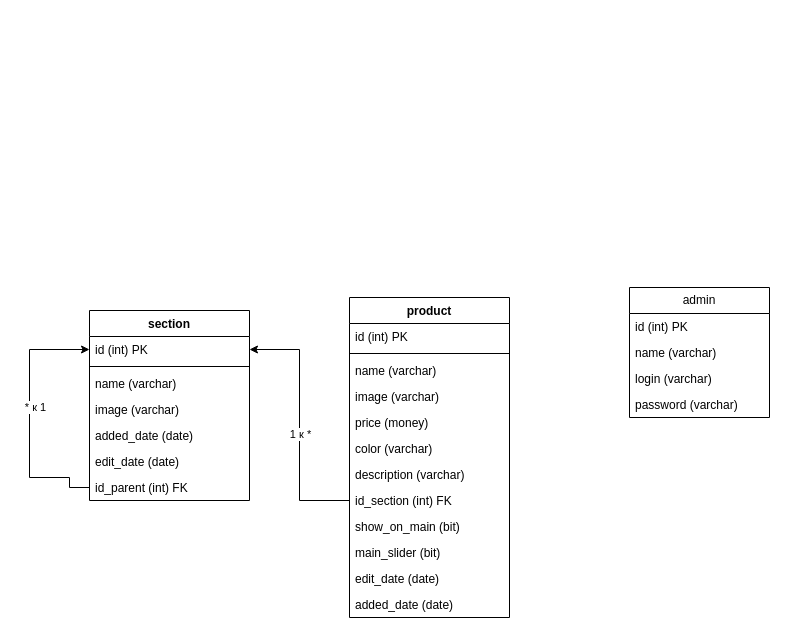
Before: BDShop.drawio in Tonkoo/shop-2025, a draw.io diagram. Source tidied: cells renumbered, new cells numbered last; positions are measured from the earlier drawing's top-left corner, leaving out a move shared by most shapes. Both pictures are drawn from the tidied source at 100%, with x=0, y=0 at pixel (29, 287).
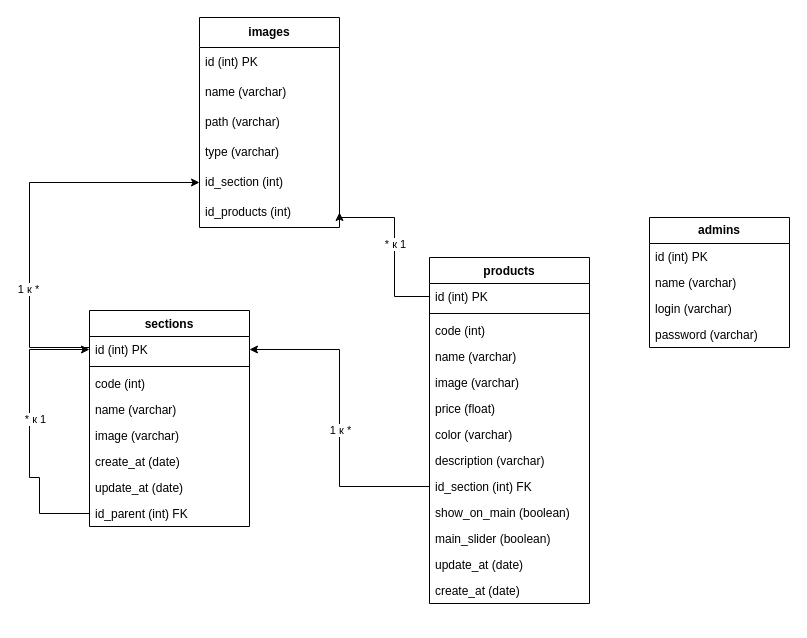
The same page after the edit.

Commit message (it also covers changes not shown here):
feat: исправлена диаграмма бд. Начал подключать WebSocket. Пока в разработке

The change refers to these unchanged cells:
```xml
<mxCell id="3" value="id (int) PK" style="text;strokeColor=none;fillColor=none;align=left;verticalAlign=top;spacingLeft=4;spacingRight=4;overflow=hidden;points=[[0,0.5],[1,0.5]];portConstraint=eastwest;whiteSpace=wrap;html=1;" parent="2" vertex="1">
  <mxGeometry y="26" width="160" height="26" as="geometry" />
</mxCell>
<mxCell id="13" value="id (int) PK" style="text;strokeColor=none;fillColor=none;align=left;verticalAlign=top;spacingLeft=4;spacingRight=4;overflow=hidden;points=[[0,0.5],[1,0.5]];portConstraint=eastwest;whiteSpace=wrap;html=1;" parent="12" vertex="1">
  <mxGeometry y="26" width="160" height="26" as="geometry" />
</mxCell>
```

Change to the diagram source:
```diff
@@
-    <mxCell id="2" value="section" style="swimlane;fontStyle=1;align=center;verticalAlign=top;horizontal=1;startSize=26;whiteSpace=wrap;html=1;" parent="1" vertex="1">
-      <mxGeometry x="60" y="23" width="160" height="190" as="geometry" />
+    <mxCell id="2" value="sections" style="swimlane;fontStyle=1;align=center;verticalAlign=top;horizontal=1;startSize=26;whiteSpace=wrap;html=1;" parent="1" vertex="1">
+      <mxGeometry x="60" y="23" width="160" height="216" as="geometry" />
     </mxCell>
@@
+    <mxCell id="32" value="code (int)&amp;nbsp;" style="text;strokeColor=none;fillColor=none;align=left;verticalAlign=top;spacingLeft=4;spacingRight=4;overflow=hidden;whiteSpace=wrap;html=1;" parent="2" vertex="1">
+      <mxGeometry y="60" width="160" height="26" as="geometry" />
+    </mxCell>
     <mxCell id="5" value="name (varchar)" style="text;strokeColor=none;fillColor=none;align=left;verticalAlign=top;spacingLeft=4;spacingRight=4;overflow=hidden;whiteSpace=wrap;html=1;" parent="2" vertex="1">
-      <mxGeometry y="60" width="160" height="26" as="geometry" />
+      <mxGeometry y="86" width="160" height="26" as="geometry" />
     </mxCell>
     <mxCell id="6" value="image (varchar)" style="text;strokeColor=none;fillColor=none;align=left;verticalAlign=top;spacingLeft=4;spacingRight=4;overflow=hidden;whiteSpace=wrap;html=1;" parent="2" vertex="1">
-      <mxGeometry y="86" width="160" height="26" as="geometry" />
+      <mxGeometry y="112" width="160" height="26" as="geometry" />
     </mxCell>
-    <mxCell id="7" value="added_date (date)" style="text;strokeColor=none;fillColor=none;align=left;verticalAlign=top;spacingLeft=4;spacingRight=4;overflow=hidden;whiteSpace=wrap;html=1;" parent="2" vertex="1">
-      <mxGeometry y="112" width="160" height="26" as="geometry" />
+    <mxCell id="7" value="create_at (date)" style="text;strokeColor=none;fillColor=none;align=left;verticalAlign=top;spacingLeft=4;spacingRight=4;overflow=hidden;whiteSpace=wrap;html=1;" parent="2" vertex="1">
+      <mxGeometry y="138" width="160" height="26" as="geometry" />
     </mxCell>
-    <mxCell id="8" value="edit_date (date)" style="text;strokeColor=none;fillColor=none;align=left;verticalAlign=top;spacingLeft=4;spacingRight=4;overflow=hidden;whiteSpace=wrap;html=1;" parent="2" vertex="1">
-      <mxGeometry y="138" width="160" height="26" as="geometry" />
+    <mxCell id="8" value="update_at (date)" style="text;strokeColor=none;fillColor=none;align=left;verticalAlign=top;spacingLeft=4;spacingRight=4;overflow=hidden;whiteSpace=wrap;html=1;" parent="2" vertex="1">
+      <mxGeometry y="164" width="160" height="26" as="geometry" />
     </mxCell>
     <mxCell id="9" value="id_parent (int) FK" style="text;strokeColor=none;fillColor=none;align=left;verticalAlign=top;spacingLeft=4;spacingRight=4;overflow=hidden;points=[[0,0.5],[1,0.5]];portConstraint=eastwest;whiteSpace=wrap;html=1;" parent="2" vertex="1">
-      <mxGeometry y="164" width="160" height="26" as="geometry" />
+      <mxGeometry y="190" width="160" height="26" as="geometry" />
     </mxCell>
     <mxCell id="10" style="edgeStyle=orthogonalEdgeStyle;rounded=0;jettySize=auto;html=1;entryX=0;entryY=0.5;entryDx=0;entryDy=0;" parent="2" edge="1" source="9" target="3">
       <mxGeometry relative="1" as="geometry">
         <Array as="points">
-          <mxPoint x="-20" y="177" />
-          <mxPoint x="-20" y="167" />
+          <mxPoint x="-50" y="203" />
+          <mxPoint x="-50" y="167" />
           <mxPoint x="-60" y="167" />
           <mxPoint x="-60" y="39" />
         </Array>
       </mxGeometry>
     </mxCell>
@@
-    <mxCell id="12" value="product" style="swimlane;fontStyle=1;align=center;verticalAlign=top;horizontal=1;startSize=26;whiteSpace=wrap;html=1;" parent="1" vertex="1">
-      <mxGeometry x="320" y="10" width="160" height="320" as="geometry" />
+    <mxCell id="12" value="products" style="swimlane;fontStyle=1;align=center;verticalAlign=top;horizontal=1;startSize=26;whiteSpace=wrap;html=1;" parent="1" vertex="1">
+      <mxGeometry x="400" y="-30" width="160" height="346" as="geometry" />
     </mxCell>
@@
+    <mxCell id="33" value="code (int)&amp;nbsp;" style="text;strokeColor=none;fillColor=none;align=left;verticalAlign=top;spacingLeft=4;spacingRight=4;overflow=hidden;whiteSpace=wrap;html=1;" parent="12" vertex="1">
+      <mxGeometry y="60" width="160" height="26" as="geometry" />
+    </mxCell>
     <mxCell id="15" value="name (varchar)" style="text;strokeColor=none;fillColor=none;align=left;verticalAlign=top;spacingLeft=4;spacingRight=4;overflow=hidden;whiteSpace=wrap;html=1;" parent="12" vertex="1">
-      <mxGeometry y="60" width="160" height="26" as="geometry" />
+      <mxGeometry y="86" width="160" height="26" as="geometry" />
     </mxCell>
     <mxCell id="16" value="image (varchar)" style="text;strokeColor=none;fillColor=none;align=left;verticalAlign=top;spacingLeft=4;spacingRight=4;overflow=hidden;whiteSpace=wrap;html=1;" parent="12" vertex="1">
-      <mxGeometry y="86" width="160" height="26" as="geometry" />
+      <mxGeometry y="112" width="160" height="26" as="geometry" />
     </mxCell>
-    <mxCell id="17" value="price (money)" style="text;strokeColor=none;fillColor=none;align=left;verticalAlign=top;spacingLeft=4;spacingRight=4;overflow=hidden;whiteSpace=wrap;html=1;" parent="12" vertex="1">
-      <mxGeometry y="112" width="160" height="26" as="geometry" />
+    <mxCell id="17" value="price (float)" style="text;strokeColor=none;fillColor=none;align=left;verticalAlign=top;spacingLeft=4;spacingRight=4;overflow=hidden;whiteSpace=wrap;html=1;" parent="12" vertex="1">
+      <mxGeometry y="138" width="160" height="26" as="geometry" />
     </mxCell>
     <mxCell id="18" value="color (varchar)" style="text;strokeColor=none;fillColor=none;align=left;verticalAlign=top;spacingLeft=4;spacingRight=4;overflow=hidden;whiteSpace=wrap;html=1;" parent="12" vertex="1">
-      <mxGeometry y="138" width="160" height="26" as="geometry" />
+      <mxGeometry y="164" width="160" height="26" as="geometry" />
     </mxCell>
     <mxCell id="19" value="description (varchar)" style="text;strokeColor=none;fillColor=none;align=left;verticalAlign=top;spacingLeft=4;spacingRight=4;overflow=hidden;whiteSpace=wrap;html=1;" parent="12" vertex="1">
-      <mxGeometry y="164" width="160" height="26" as="geometry" />
+      <mxGeometry y="190" width="160" height="26" as="geometry" />
     </mxCell>
     <mxCell id="20" value="id_section (int) FK" style="text;strokeColor=none;fillColor=none;align=left;verticalAlign=top;spacingLeft=4;spacingRight=4;overflow=hidden;points=[[0,0.5],[1,0.5]];portConstraint=eastwest;whiteSpace=wrap;html=1;" parent="12" vertex="1">
-      <mxGeometry y="190" width="160" height="26" as="geometry" />
+      <mxGeometry y="216" width="160" height="26" as="geometry" />
     </mxCell>
-    <mxCell id="21" value="show_on_main (bit)" style="text;strokeColor=none;fillColor=none;align=left;verticalAlign=top;spacingLeft=4;spacingRight=4;overflow=hidden;whiteSpace=wrap;html=1;" parent="12" vertex="1">
-      <mxGeometry y="216" width="160" height="26" as="geometry" />
+    <mxCell id="21" value="show_on_main (boolean)" style="text;strokeColor=none;fillColor=none;align=left;verticalAlign=top;spacingLeft=4;spacingRight=4;overflow=hidden;whiteSpace=wrap;html=1;" parent="12" vertex="1">
+      <mxGeometry y="242" width="160" height="26" as="geometry" />
     </mxCell>
-    <mxCell id="22" value="main_slider (bit)" style="text;strokeColor=none;fillColor=none;align=left;verticalAlign=top;spacingLeft=4;spacingRight=4;overflow=hidden;whiteSpace=wrap;html=1;" parent="12" vertex="1">
-      <mxGeometry y="242" width="160" height="26" as="geometry" />
+    <mxCell id="22" value="main_slider (boolean)" style="text;strokeColor=none;fillColor=none;align=left;verticalAlign=top;spacingLeft=4;spacingRight=4;overflow=hidden;whiteSpace=wrap;html=1;" parent="12" vertex="1">
+      <mxGeometry y="268" width="160" height="26" as="geometry" />
     </mxCell>
-    <mxCell id="23" value="edit_date (date)" style="text;strokeColor=none;fillColor=none;align=left;verticalAlign=top;spacingLeft=4;spacingRight=4;overflow=hidden;whiteSpace=wrap;html=1;" parent="12" vertex="1">
-      <mxGeometry y="268" width="160" height="26" as="geometry" />
+    <mxCell id="23" value="update_at&amp;nbsp;(date)" style="text;strokeColor=none;fillColor=none;align=left;verticalAlign=top;spacingLeft=4;spacingRight=4;overflow=hidden;whiteSpace=wrap;html=1;" parent="12" vertex="1">
+      <mxGeometry y="294" width="160" height="26" as="geometry" />
     </mxCell>
-    <mxCell id="24" value="added_date (date)" style="text;strokeColor=none;fillColor=none;align=left;verticalAlign=top;spacingLeft=4;spacingRight=4;overflow=hidden;whiteSpace=wrap;html=1;" parent="12" vertex="1">
-      <mxGeometry y="294" width="160" height="26" as="geometry" />
+    <mxCell id="24" value="create_at&amp;nbsp;(date)" style="text;strokeColor=none;fillColor=none;align=left;verticalAlign=top;spacingLeft=4;spacingRight=4;overflow=hidden;whiteSpace=wrap;html=1;" parent="12" vertex="1">
+      <mxGeometry y="320" width="160" height="26" as="geometry" />
     </mxCell>
@@
-    <mxCell id="27" value="admin" style="swimlane;fontStyle=0;horizontal=1;startSize=26;fillColor=none;whiteSpace=wrap;html=1;" parent="1" vertex="1">
-      <mxGeometry x="600" width="140" height="130" as="geometry" />
+    <mxCell id="27" value="&lt;b&gt;admins&lt;/b&gt;" style="swimlane;fontStyle=0;horizontal=1;startSize=26;fillColor=none;whiteSpace=wrap;html=1;" parent="1" vertex="1">
+      <mxGeometry x="620" y="-70" width="140" height="130" as="geometry" />
     </mxCell>
@@
+    <mxCell id="34" value="&lt;b&gt;images&lt;/b&gt;" style="swimlane;fontStyle=0;horizontal=1;startSize=30;whiteSpace=wrap;html=1;" parent="1" vertex="1">
+      <mxGeometry x="170" y="-270" width="140" height="210" as="geometry" />
+    </mxCell>
+    <mxCell id="35" value="id (int) PK" style="text;strokeColor=none;fillColor=none;align=left;verticalAlign=middle;spacingLeft=4;spacingRight=4;overflow=hidden;whiteSpace=wrap;html=1;" parent="34" vertex="1">
+      <mxGeometry y="30" width="140" height="30" as="geometry" />
+    </mxCell>
+    <mxCell id="36" value="name (varchar)" style="text;strokeColor=none;fillColor=none;align=left;verticalAlign=middle;spacingLeft=4;spacingRight=4;overflow=hidden;whiteSpace=wrap;html=1;" parent="34" vertex="1">
+      <mxGeometry y="60" width="140" height="30" as="geometry" />
+    </mxCell>
+    <mxCell id="37" value="path (varchar)" style="text;strokeColor=none;fillColor=none;align=left;verticalAlign=middle;spacingLeft=4;spacingRight=4;overflow=hidden;whiteSpace=wrap;html=1;" parent="34" vertex="1">
+      <mxGeometry y="90" width="140" height="30" as="geometry" />
+    </mxCell>
+    <mxCell id="38" value="type (varchar)" style="text;strokeColor=none;fillColor=none;align=left;verticalAlign=middle;spacingLeft=4;spacingRight=4;overflow=hidden;whiteSpace=wrap;html=1;" parent="34" vertex="1">
+      <mxGeometry y="120" width="140" height="30" as="geometry" />
+    </mxCell>
+    <mxCell id="39" value="id_section (int)" style="text;strokeColor=none;fillColor=none;align=left;verticalAlign=middle;spacingLeft=4;spacingRight=4;overflow=hidden;points=[[0,0.5],[1,0.5]];portConstraint=eastwest;whiteSpace=wrap;html=1;" parent="34" vertex="1">
+      <mxGeometry y="150" width="140" height="30" as="geometry" />
+    </mxCell>
+    <mxCell id="40" value="id_products (int)" style="text;strokeColor=none;fillColor=none;align=left;verticalAlign=middle;spacingLeft=4;spacingRight=4;overflow=hidden;points=[[0,0.5],[1,0.5]];portConstraint=eastwest;whiteSpace=wrap;html=1;" parent="34" vertex="1">
+      <mxGeometry y="180" width="140" height="30" as="geometry" />
+    </mxCell>
+    <mxCell id="41" style="edgeStyle=orthogonalEdgeStyle;rounded=0;jettySize=auto;html=1;entryX=0;entryY=0.5;entryDx=0;entryDy=0;" parent="1" edge="1" target="39">
+      <mxGeometry relative="1" as="geometry">
+        <mxPoint x="60" y="37" as="sourcePoint" />
+        <Array as="points">
+          <mxPoint x="60" y="60" />
+          <mxPoint y="60" />
+          <mxPoint y="-105" />
+        </Array>
+      </mxGeometry>
+    </mxCell>
+    <mxCell id="42" value="1 к *" style="edgeLabel;html=1;align=center;verticalAlign=middle;" parent="41" vertex="1">
+      <mxGeometry x="-0.32" y="2" relative="1" as="geometry" />
+    </mxCell>
+    <mxCell id="43" style="edgeStyle=orthogonalEdgeStyle;rounded=0;jettySize=auto;html=1;entryX=1;entryY=0.5;entryDx=0;entryDy=0;" parent="1" edge="1" source="13" target="40">
+      <mxGeometry relative="1" as="geometry">
+        <Array as="points">
+          <mxPoint x="365" y="9" />
+          <mxPoint x="365" y="-70" />
+          <mxPoint x="310" y="-70" />
+        </Array>
+      </mxGeometry>
+    </mxCell>
+    <mxCell id="44" value="* к 1" style="edgeLabel;html=1;align=center;verticalAlign=middle;" parent="43" vertex="1">
+      <mxGeometry x="0.01" relative="1" as="geometry" />
+    </mxCell>
```
